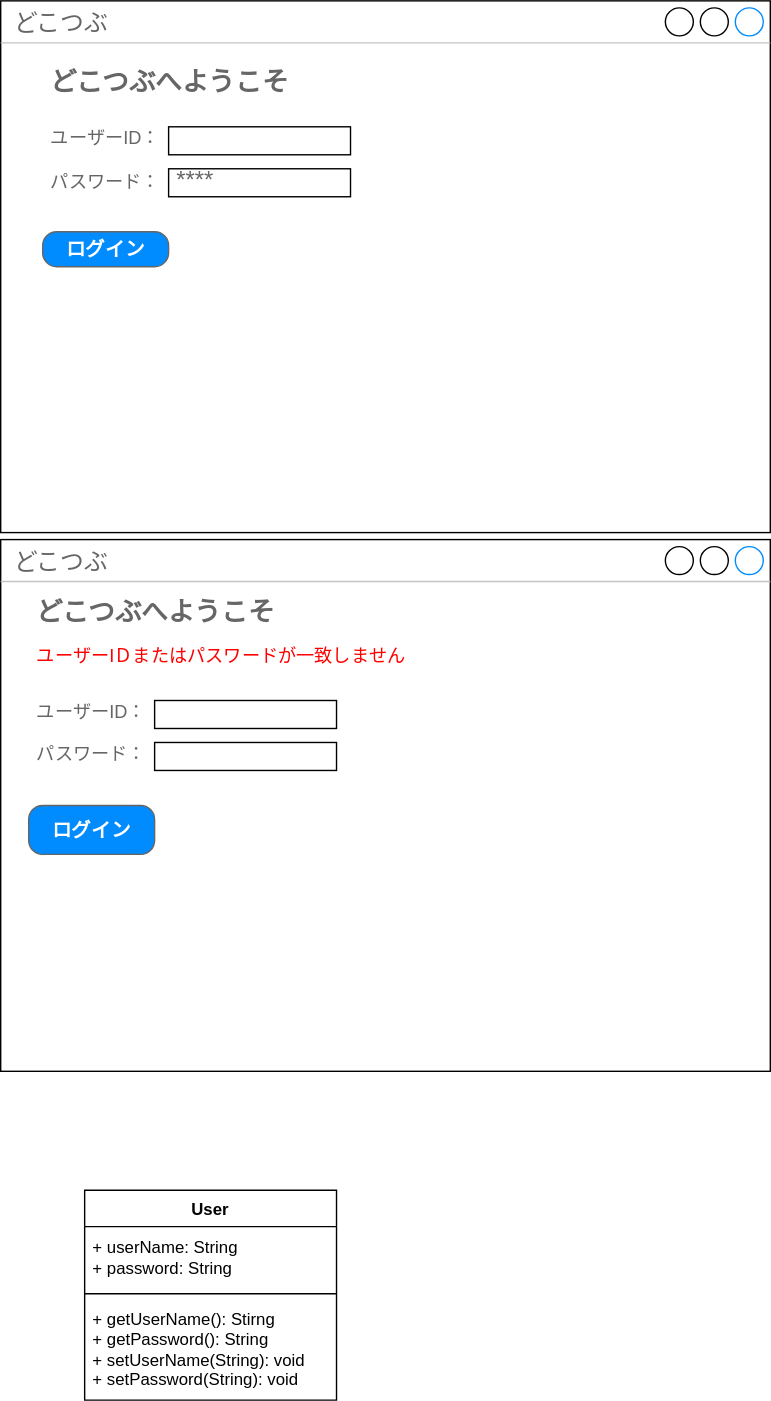
The draw.io diagram 0624/src/main/webapp/画面設計.drawio.svg in Geon9/0624, before a commit. Source tidied: cells renumbered, new cells last; positions are measured from the earlier drawing's top-left corner, leaving out a move shared by most shapes.
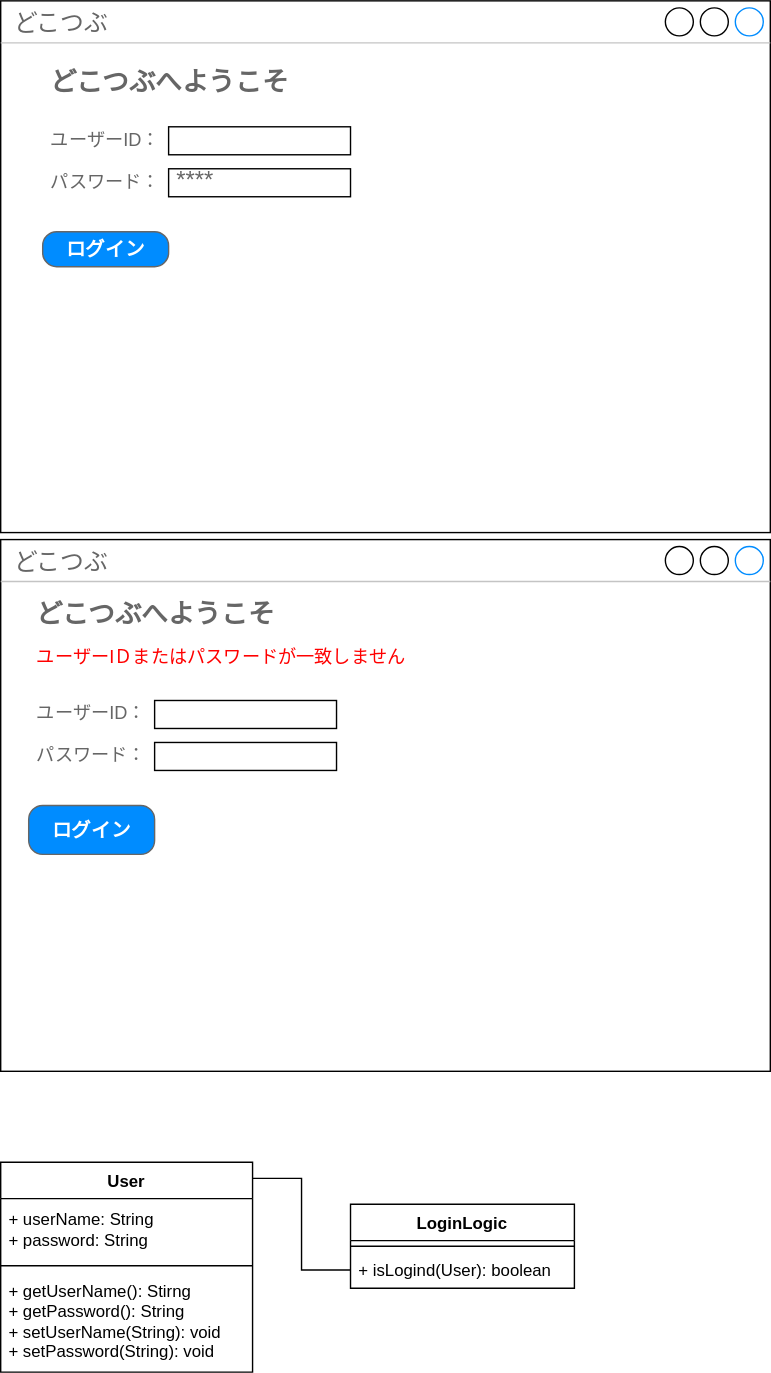
Above is the later version.

Commit message:
画面設計.drawio.svg を更新します

Diff of the diagram source:
```diff
@@ -48,7 +48,7 @@
       <mxGeometry x="20" y="440" width="460" height="60" as="geometry" />
     </mxCell>
     <mxCell id="17" value="User" style="swimlane;fontStyle=1;align=center;verticalAlign=top;horizontal=1;startSize=26;whiteSpace=wrap;html=1;" parent="1" vertex="1">
-      <mxGeometry x="60" y="850" width="180" height="150" as="geometry" />
+      <mxGeometry y="830" width="180" height="150" as="geometry" />
     </mxCell>
     <mxCell id="18" value="+ userName: String&lt;div&gt;+ password: String&lt;/div&gt;" style="text;strokeColor=none;fillColor=none;align=left;verticalAlign=middle;spacingLeft=4;spacingRight=4;overflow=hidden;whiteSpace=wrap;html=1;" parent="17" vertex="1">
       <mxGeometry y="26" width="180" height="44" as="geometry" />
@@ -59,5 +59,17 @@
     <mxCell id="20" value="+ getUserName(): Stirng&lt;div&gt;+ getPassword(): String&lt;/div&gt;&lt;div&gt;+ setUserName(String): void&lt;/div&gt;&lt;div&gt;+ setPassword(String): void&lt;/div&gt;" style="text;strokeColor=none;fillColor=none;align=left;verticalAlign=middle;spacingLeft=4;spacingRight=4;overflow=hidden;whiteSpace=wrap;html=1;" parent="17" vertex="1">
       <mxGeometry y="78" width="180" height="72" as="geometry" />
     </mxCell>
+    <mxCell id="21" value="LoginLogic" style="swimlane;fontStyle=1;align=center;verticalAlign=top;horizontal=1;startSize=26;whiteSpace=wrap;html=1;" parent="1" vertex="1">
+      <mxGeometry x="250" y="860" width="160" height="60" as="geometry" />
+    </mxCell>
+    <mxCell id="22" style="line;strokeWidth=1;fillColor=none;align=left;verticalAlign=middle;spacingTop=-1;spacingLeft=3;spacingRight=3;labelPosition=right;strokeColor=inherit;" parent="21" vertex="1">
+      <mxGeometry y="26" width="160" height="8" as="geometry" />
+    </mxCell>
+    <mxCell id="23" value="+ isLogind(User): boolean" style="text;strokeColor=none;fillColor=none;align=left;verticalAlign=top;spacingLeft=4;spacingRight=4;overflow=hidden;points=[[0,0.5],[1,0.5]];portConstraint=eastwest;whiteSpace=wrap;html=1;" parent="21" vertex="1">
+      <mxGeometry y="34" width="160" height="26" as="geometry" />
+    </mxCell>
+    <mxCell id="24" style="rounded=0;jettySize=auto;html=1;exitX=0.999;exitY=0.077;exitDx=0;exitDy=0;edgeStyle=orthogonalEdgeStyle;endArrow=none;endFill=0;exitPerimeter=0;" parent="1" edge="1" source="17" target="23">
+      <mxGeometry relative="1" as="geometry" />
+    </mxCell>
   </root>
 </mxGraphModel>
```
